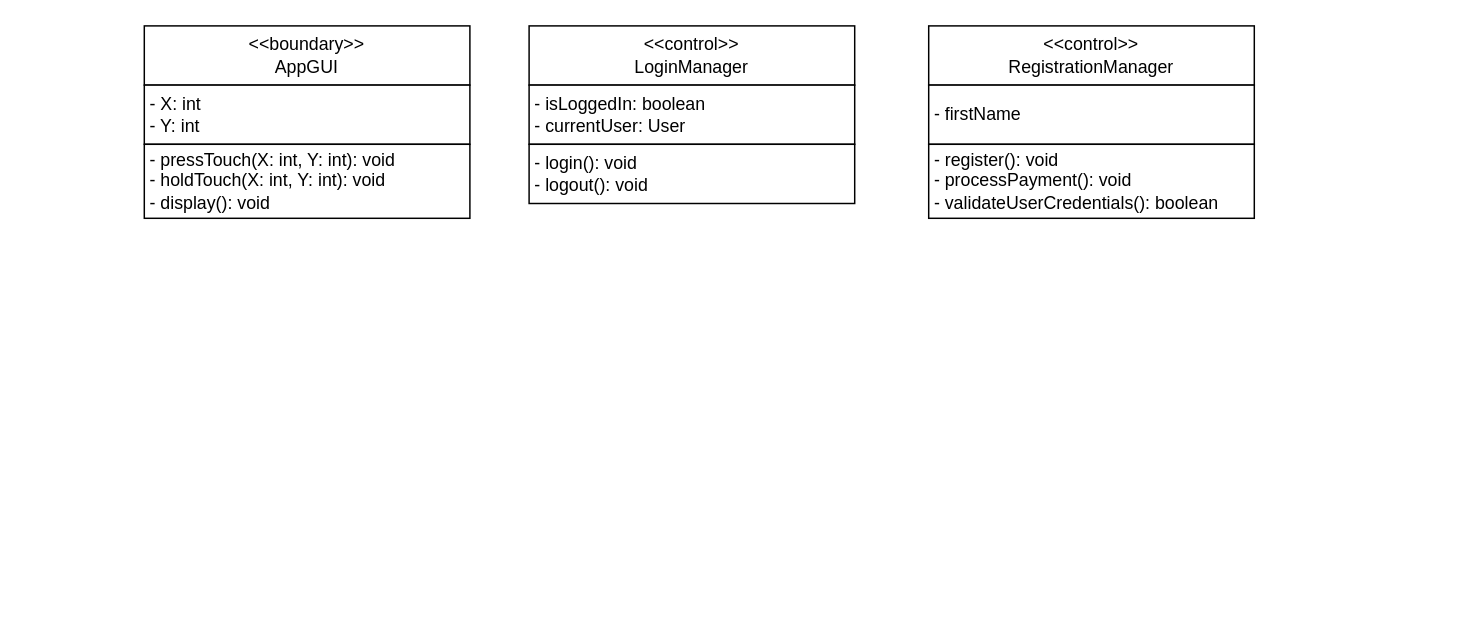
This is Boundary/Control_Class_diagrams.drawio from ahammond3aws/DC2SEN, a draw.io file, before an edit. Source tidied: cells renumbered, new cells numbered last; positions are measured from the earlier drawing's top-left corner, leaving out a move shared by most shapes. Both pictures are drawn from the tidied source at 148%, with x=0, y=0 at pixel (144, 25).
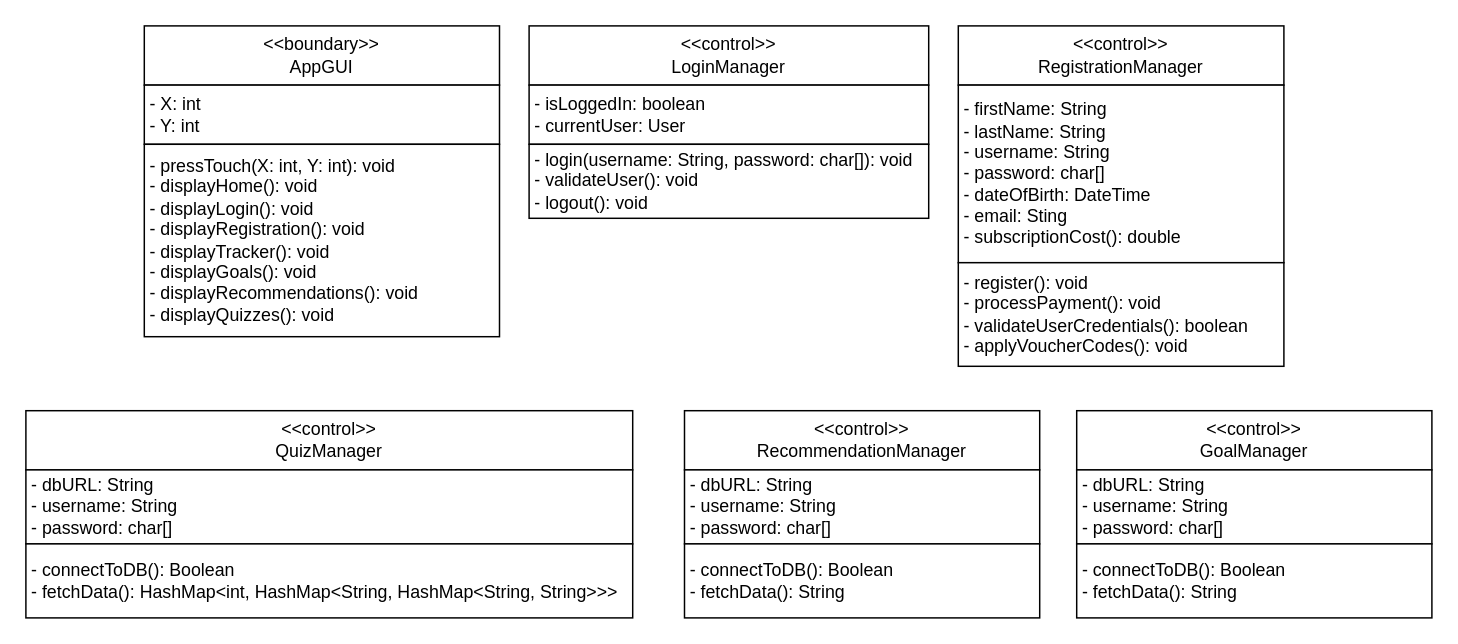
The same page after the edit.

What changed in the source:
```diff
@@
 <mxGraphModel>
   <root>
     <mxCell id="0" />
     <mxCell id="1" parent="0" />
     <mxCell id="2" value="&amp;lt;&amp;lt;boundary&amp;gt;&amp;gt;&lt;br&gt;AppGUI" style="rounded=0;whiteSpace=wrap;html=1;" parent="1" vertex="1">
-      <mxGeometry width="220" height="40" as="geometry" />
+      <mxGeometry width="240" height="40" as="geometry" />
     </mxCell>
     <mxCell id="3" value="- X: int&lt;br&gt;- Y: int" style="rounded=0;whiteSpace=wrap;html=1;align=left;spacingLeft=2;" parent="1" vertex="1">
-      <mxGeometry y="40" width="220" height="40" as="geometry" />
+      <mxGeometry y="40" width="240" height="40" as="geometry" />
     </mxCell>
-    <mxCell id="4" value="- pressTouch(X: int, Y: int): void&lt;br&gt;- holdTouch(X: int, Y: int): void&lt;br&gt;- display(): void" style="rounded=0;whiteSpace=wrap;html=1;align=left;spacingLeft=2;" parent="1" vertex="1">
-      <mxGeometry y="80" width="220" height="50" as="geometry" />
+    <mxCell id="4" value="- pressTouch(X: int, Y: int): void&lt;br&gt;- displayHome(): void&lt;br&gt;- displayLogin(): void&lt;br&gt;- displayRegistration(): void&lt;br&gt;- displayTracker(): void&lt;br&gt;- displayGoals(): void&lt;br&gt;- displayRecommendations(): void&lt;br&gt;- displayQuizzes(): void" style="rounded=0;whiteSpace=wrap;html=1;align=left;spacingLeft=2;" parent="1" vertex="1">
+      <mxGeometry y="80" width="240" height="130" as="geometry" />
     </mxCell>
     <mxCell id="5" value="&amp;lt;&amp;lt;control&amp;gt;&amp;gt;&lt;br&gt;LoginManager" style="rounded=0;whiteSpace=wrap;html=1;" parent="1" vertex="1">
-      <mxGeometry x="260" width="220" height="40" as="geometry" />
+      <mxGeometry x="260" width="270" height="40" as="geometry" />
     </mxCell>
     <mxCell id="6" value="- isLoggedIn: boolean&lt;br&gt;- currentUser: User" style="rounded=0;whiteSpace=wrap;html=1;align=left;spacingLeft=2;" parent="1" vertex="1">
-      <mxGeometry x="260" y="40" width="220" height="40" as="geometry" />
+      <mxGeometry x="260" y="40" width="270" height="40" as="geometry" />
     </mxCell>
-    <mxCell id="7" value="- login(): void&lt;br&gt;- logout(): void" style="rounded=0;whiteSpace=wrap;html=1;align=left;spacingLeft=2;" parent="1" vertex="1">
-      <mxGeometry x="260" y="80" width="220" height="40" as="geometry" />
+    <mxCell id="7" value="- login(username: String, password: char[]): void&lt;br&gt;- validateUser(): void&lt;br&gt;- logout(): void" style="rounded=0;whiteSpace=wrap;html=1;align=left;spacingLeft=2;" parent="1" vertex="1">
+      <mxGeometry x="260" y="80" width="270" height="50" as="geometry" />
     </mxCell>
     <mxCell id="8" value="&amp;lt;&amp;lt;control&amp;gt;&amp;gt;&lt;br&gt;RegistrationManager" style="rounded=0;whiteSpace=wrap;html=1;" parent="1" vertex="1">
-      <mxGeometry x="530" width="220" height="40" as="geometry" />
+      <mxGeometry x="550" width="220" height="40" as="geometry" />
     </mxCell>
-    <mxCell id="9" value="- firstName" style="rounded=0;whiteSpace=wrap;html=1;align=left;spacingLeft=2;" parent="1" vertex="1">
-      <mxGeometry x="530" y="40" width="220" height="40" as="geometry" />
+    <mxCell id="9" value="- firstName: String&lt;br&gt;- lastName: String&lt;br&gt;- username: String&lt;br&gt;- password: char[]&lt;br&gt;- dateOfBirth: DateTime&lt;br&gt;- email: Sting&lt;br&gt;- subscriptionCost(): double" style="rounded=0;whiteSpace=wrap;html=1;align=left;spacingLeft=2;" parent="1" vertex="1">
+      <mxGeometry x="550" y="40" width="220" height="120" as="geometry" />
     </mxCell>
-    <mxCell id="10" value="- register(): void&lt;br&gt;- processPayment(): void&lt;br&gt;- validateUserCredentials(): boolean" style="rounded=0;whiteSpace=wrap;html=1;align=left;spacingLeft=2;" parent="1" vertex="1">
-      <mxGeometry x="530" y="80" width="220" height="50" as="geometry" />
+    <mxCell id="10" value="- register(): void&lt;br&gt;- processPayment(): void&lt;br&gt;- validateUserCredentials(): boolean&lt;br&gt;- applyVoucherCodes(): void" style="rounded=0;whiteSpace=wrap;html=1;align=left;spacingLeft=2;" parent="1" vertex="1">
+      <mxGeometry x="550" y="160" width="220" height="70" as="geometry" />
     </mxCell>
+    <mxCell id="11" value="&amp;lt;&amp;lt;control&amp;gt;&amp;gt;&lt;br&gt;QuizManager" style="rounded=0;whiteSpace=wrap;html=1;fillColor=default;" parent="1" vertex="1">
+      <mxGeometry x="-80" y="260" width="410" height="40" as="geometry" />
+    </mxCell>
+    <mxCell id="12" value="- dbURL: String&lt;br&gt;- username: String&lt;br&gt;- password: char[]" style="rounded=0;whiteSpace=wrap;html=1;align=left;spacingLeft=2;fillColor=default;" parent="1" vertex="1">
+      <mxGeometry x="-80" y="300" width="410" height="50" as="geometry" />
+    </mxCell>
+    <mxCell id="13" value="- connectToDB(): Boolean&lt;br&gt;- fetchData():&amp;nbsp;&lt;span style=&quot;background-color: rgb(255, 255, 255);&quot;&gt;HashMap&amp;lt;int, HashMap&amp;lt;String, HashMap&amp;lt;String, String&amp;gt;&amp;gt;&amp;gt;&lt;/span&gt;" style="rounded=0;whiteSpace=wrap;html=1;align=left;spacingLeft=2;fillColor=default;" parent="1" vertex="1">
+      <mxGeometry x="-80" y="350" width="410" height="50" as="geometry" />
+    </mxCell>
+    <mxCell id="14" value="&amp;lt;&amp;lt;control&amp;gt;&amp;gt;&lt;br&gt;RecommendationManager" style="rounded=0;whiteSpace=wrap;html=1;fillColor=default;" parent="1" vertex="1">
+      <mxGeometry x="365" y="260" width="240" height="40" as="geometry" />
+    </mxCell>
+    <mxCell id="15" value="- dbURL: String&lt;br&gt;- username: String&lt;br&gt;- password: char[]" style="rounded=0;whiteSpace=wrap;html=1;align=left;spacingLeft=2;fillColor=default;" parent="1" vertex="1">
+      <mxGeometry x="365" y="300" width="240" height="50" as="geometry" />
+    </mxCell>
+    <mxCell id="16" value="- connectToDB(): Boolean&lt;br&gt;- fetchData(): String" style="rounded=0;whiteSpace=wrap;html=1;align=left;spacingLeft=2;fillColor=default;" parent="1" vertex="1">
+      <mxGeometry x="365" y="350" width="240" height="50" as="geometry" />
+    </mxCell>
+    <mxCell id="17" value="&amp;lt;&amp;lt;control&amp;gt;&amp;gt;&lt;br&gt;GoalManager" style="rounded=0;whiteSpace=wrap;html=1;fillColor=default;" parent="1" vertex="1">
+      <mxGeometry x="630" y="260" width="240" height="40" as="geometry" />
+    </mxCell>
+    <mxCell id="18" value="- dbURL: String&lt;br&gt;- username: String&lt;br&gt;- password: char[]" style="rounded=0;whiteSpace=wrap;html=1;align=left;spacingLeft=2;fillColor=default;" parent="1" vertex="1">
+      <mxGeometry x="630" y="300" width="240" height="50" as="geometry" />
+    </mxCell>
+    <mxCell id="19" value="- connectToDB(): Boolean&lt;br&gt;- fetchData(): String" style="rounded=0;whiteSpace=wrap;html=1;align=left;spacingLeft=2;fillColor=default;" parent="1" vertex="1">
+      <mxGeometry x="630" y="350" width="240" height="50" as="geometry" />
+    </mxCell>
   </root>
 </mxGraphModel>
```
